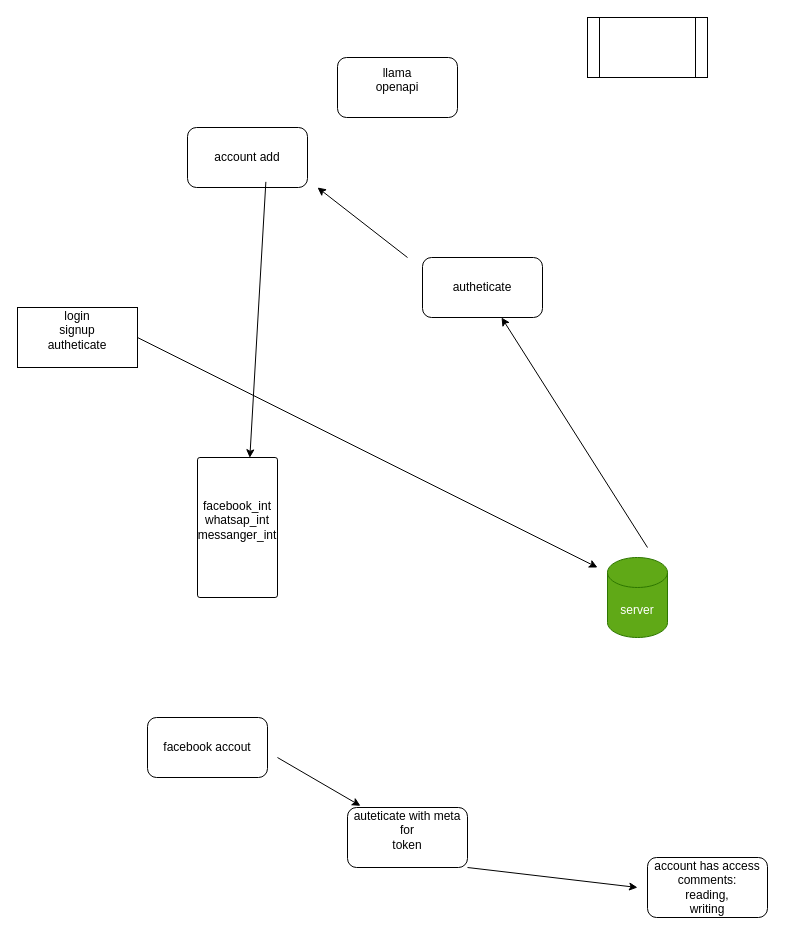
The draw.io diagram Untitled Diagram.drawio in bramwelamud/Animation, before the edit. Source tidied: cells renumbered, new cells numbered last; positions are measured from the earlier drawing's top-left corner, leaving out a move shared by most shapes. Both pictures are drawn from the tidied source at 100%, with x=0, y=0 at pixel (17, 17).
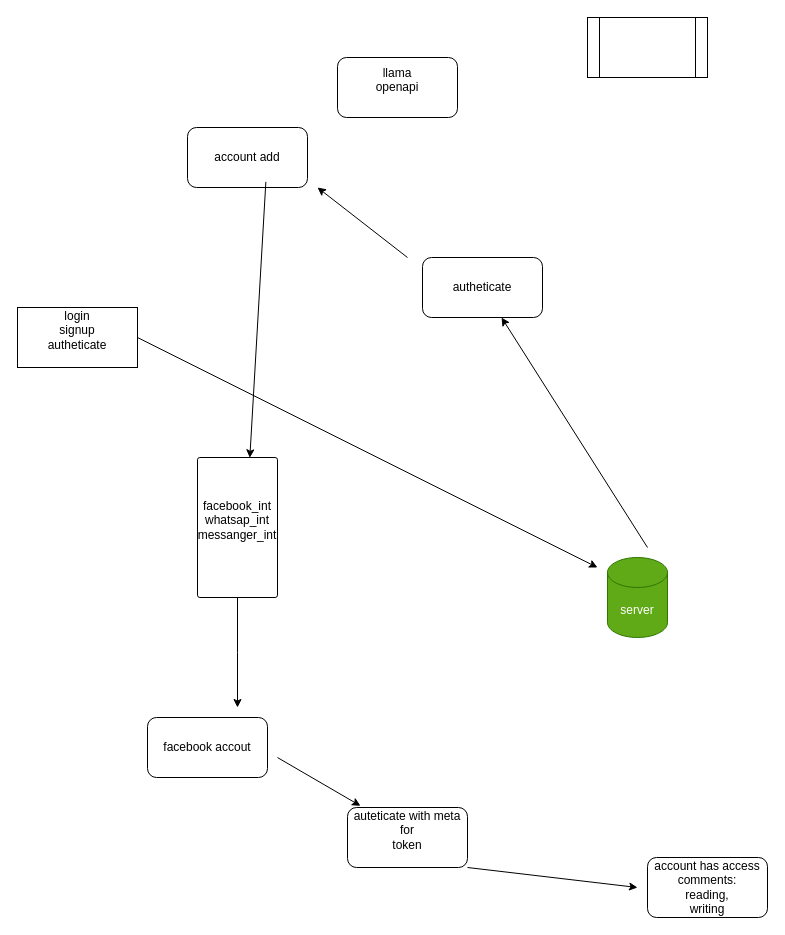
After the change.

Unchanged cells that the change refers to:
```xml
<mxCell id="4" value="facebook_int&lt;div&gt;whatsap_int&lt;/div&gt;&lt;div&gt;messanger_int&lt;/div&gt;&lt;div&gt;&lt;br&gt;&lt;/div&gt;" style="rounded=1;whiteSpace=wrap;html=1;rotation=0;direction=south;arcSize=3;" parent="1" vertex="1">
  <mxGeometry x="180" y="440" width="80" height="140" as="geometry" />
</mxCell>
```

Change to the diagram source:
```diff
@@
+    <mxCell id="18" style="edgeStyle=orthogonalEdgeStyle;rounded=0;jettySize=auto;html=1;" parent="1" edge="1" source="4">
+      <mxGeometry relative="1" as="geometry">
+        <mxPoint x="220" y="690" as="targetPoint" />
+      </mxGeometry>
+    </mxCell>
```
